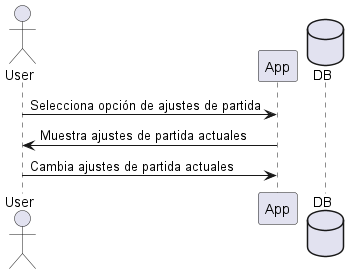
Above: images/Ajustes.png in Arquisoft/wiq_es6b (PlantUML), before the change. Source of this version:
```plantuml
@startuml
actor User
participant App
database DB

User -> App: Selecciona opción de ajustes de partida
App -> User: Muestra ajustes de partida actuales
User -> App: Cambia ajustes de partida actuales
@enduml
```
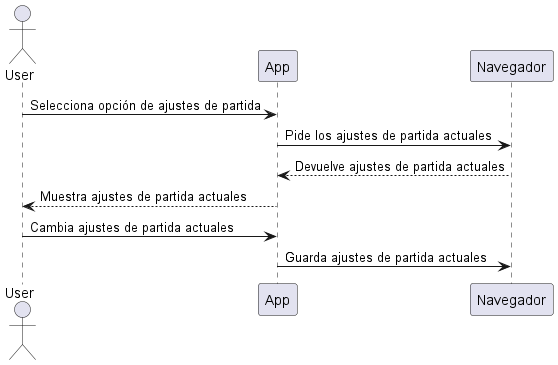
The same file after the commit.

Change to the diagram source:
```diff
@@ -1,9 +1,12 @@
 @startuml
 actor User
 participant App
-database DB
+participant Navegador
 
 User -> App: Selecciona opción de ajustes de partida
-App -> User: Muestra ajustes de partida actuales
+App-> Navegador: Pide los ajustes de partida actuales
+App <-- Navegador: Devuelve ajustes de partida actuales
+User <-- App: Muestra ajustes de partida actuales
 User -> App: Cambia ajustes de partida actuales
+App-> Navegador: Guarda ajustes de partida actuales
 @enduml
```
